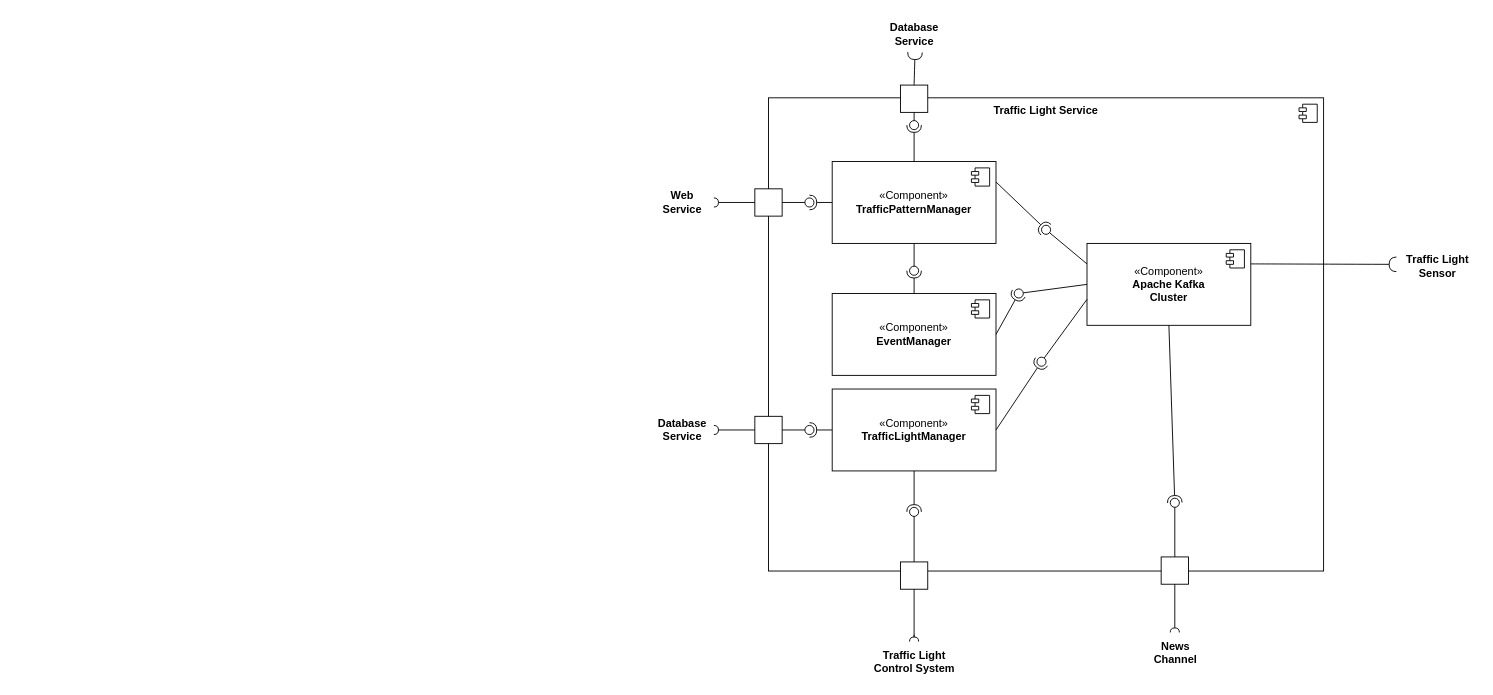
Before: ComponentDiagram2.drawio in Ozard-02/sweng, a draw.io diagram. Source tidied: cells renumbered, new cells numbered last; positions are measured from the earlier drawing's top-left corner, leaving out a move shared by most shapes. Both pictures are drawn from the tidied source at 91%, with x=0, y=0 at pixel (645, 15).
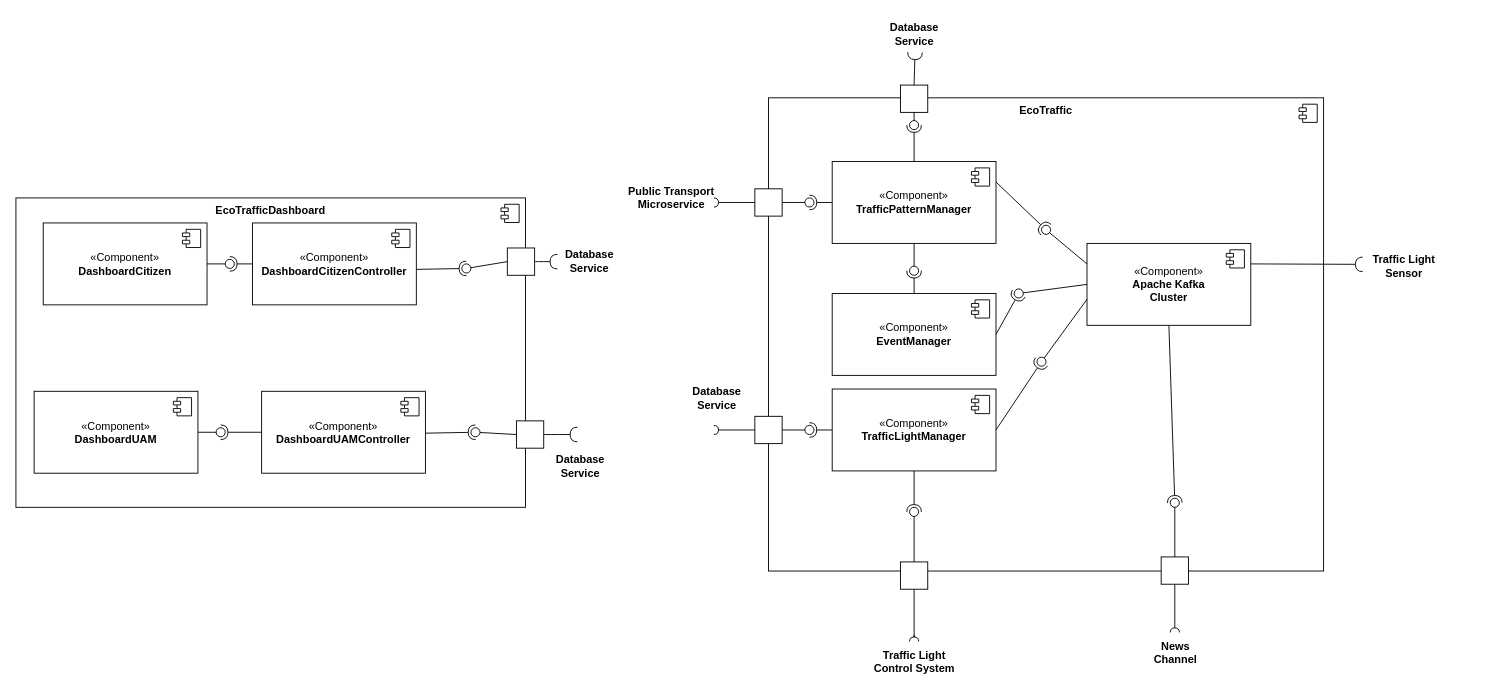
The same diagram, later.

The change refers to these unchanged cells:
```xml
<mxCell id="5" value="«Component»&lt;br&gt;&lt;b&gt;Apache Kafka&lt;/b&gt;&lt;div&gt;&lt;b&gt;Cluster&lt;/b&gt;&lt;/div&gt;" style="html=1;whiteSpace=wrap;" parent="1" vertex="1">
  <mxGeometry x="485" y="250" width="180" height="90" as="geometry" />
</mxCell>
<mxCell id="13" value="«Component»&lt;br&gt;&lt;b&gt;TrafficPatternManager&lt;/b&gt;" style="html=1;whiteSpace=wrap;" parent="1" vertex="1">
  <mxGeometry x="205" y="160" width="180" height="90" as="geometry" />
</mxCell>
```

What changed in the source:
```diff
@@
-    <mxCell id="2" value="&lt;b&gt;Traffic Light Service&lt;/b&gt;" style="html=1;whiteSpace=wrap;align=center;verticalAlign=top;" parent="1" vertex="1">
+    <mxCell id="2" value="&lt;b&gt;EcoTraffic&lt;/b&gt;" style="html=1;whiteSpace=wrap;align=center;verticalAlign=top;" parent="1" vertex="1">
       <mxGeometry x="135" y="90" width="610" height="520" as="geometry" />
     </mxCell>
@@
     <mxCell id="7" value="&lt;b&gt;Traffic Light&lt;/b&gt;&lt;div&gt;&lt;b&gt;Sensor&lt;/b&gt;&lt;/div&gt;" style="text;html=1;align=center;verticalAlign=middle;strokeColor=none;fillColor=none;" parent="1" vertex="1">
-      <mxGeometry x="825" y="255" width="90" height="40" as="geometry" />
+      <mxGeometry x="788" y="255" width="90" height="40" as="geometry" />
     </mxCell>
     <mxCell id="8" style="rounded=0;jettySize=auto;html=1;endArrow=halfCircle;endFill=0;endSize=6;strokeWidth=1;sketch=0;fontSize=12;curved=1;exitX=1;exitY=0.25;exitDx=0;exitDy=0;" parent="1" edge="1" source="5">
       <mxGeometry relative="1" as="geometry">
-        <mxPoint x="825" y="273" as="targetPoint" />
+        <mxPoint x="788" y="273" as="targetPoint" />
       </mxGeometry>
     </mxCell>
@@
-    <mxCell id="10" style="rounded=0;jettySize=auto;html=1;endArrow=halfCircle;endFill=0;endSize=6;strokeWidth=1;sketch=0;exitX=1;exitY=0.25;exitDx=0;exitDy=0;" parent="1" edge="1" source="13" target="12">
-      <mxGeometry relative="1" as="geometry" />
+    <mxCell id="10" style="rounded=0;jettySize=auto;html=1;endArrow=halfCircle;endFill=0;endSize=6;strokeWidth=1;sketch=0;exitX=1;exitY=0.25;exitDx=0;exitDy=0;" parent="1" edge="1" source="13">
+      <mxGeometry relative="1" as="geometry">
+        <mxPoint x="440" y="235" as="targetPoint" />
+      </mxGeometry>
     </mxCell>
-    <mxCell id="11" style="rounded=0;jettySize=auto;html=1;endArrow=oval;endFill=0;sketch=0;sourcePerimeterSpacing=0;targetPerimeterSpacing=0;endSize=10;exitX=0;exitY=0.25;exitDx=0;exitDy=0;entryX=0.5;entryY=1.233;entryDx=0;entryDy=0;entryPerimeter=0;" parent="1" edge="1" source="5" target="12">
-      <mxGeometry relative="1" as="geometry" />
+    <mxCell id="11" style="rounded=0;jettySize=auto;html=1;endArrow=oval;endFill=0;sketch=0;sourcePerimeterSpacing=0;targetPerimeterSpacing=0;endSize=10;exitX=0;exitY=0.25;exitDx=0;exitDy=0;entryX=0.5;entryY=1.233;entryDx=0;entryDy=0;entryPerimeter=0;" parent="1" edge="1" source="5">
+      <mxGeometry relative="1" as="geometry">
+        <mxPoint x="440" y="235" as="targetPoint" />
+      </mxGeometry>
     </mxCell>
-    <mxCell id="12" style="ellipse;whiteSpace=wrap;html=1;align=center;fillColor=none;strokeColor=none;perimeter=centerPerimeter;points=[];outlineConnect=1;" parent="1" vertex="1">
-      <mxGeometry x="435" y="230" width="10" height="10" as="geometry" />
-    </mxCell>
@@
     <mxCell id="47" value="&lt;b&gt;Database&lt;/b&gt;&lt;div&gt;&lt;b&gt;Service&lt;/b&gt;&lt;/div&gt;" style="text;html=1;align=center;verticalAlign=middle;strokeColor=none;fillColor=none;" parent="1" vertex="1">
-      <mxGeometry y="435" width="80" height="40" as="geometry" />
+      <mxGeometry x="37.5" y="400" width="80" height="40" as="geometry" />
     </mxCell>
@@
-    <mxCell id="54" value="&lt;b&gt;Web&lt;/b&gt;&lt;div&gt;&lt;b&gt;Service&lt;/b&gt;&lt;/div&gt;" style="text;html=1;align=center;verticalAlign=middle;strokeColor=none;fillColor=none;" parent="1" vertex="1">
-      <mxGeometry x="5" y="185" width="70" height="40" as="geometry" />
+    <mxCell id="54" value="&lt;b&gt;Public Transport&lt;/b&gt;&lt;div&gt;&lt;b&gt;Microservice&lt;/b&gt;&lt;/div&gt;" style="text;html=1;align=center;verticalAlign=middle;strokeColor=none;fillColor=none;" parent="1" vertex="1">
+      <mxGeometry x="-32" y="180" width="120" height="40" as="geometry" />
     </mxCell>
@@
+    <mxCell id="65" value="&lt;b&gt;EcoTrafficDashboard&lt;/b&gt;" style="html=1;whiteSpace=wrap;align=center;verticalAlign=top;" parent="1" vertex="1">
+      <mxGeometry x="-692" y="200" width="560" height="340" as="geometry" />
+    </mxCell>
+    <mxCell id="66" style="shape=module;jettyWidth=8;jettyHeight=4;" parent="65" vertex="1">
+      <mxGeometry x="1" width="20" height="20" relative="1" as="geometry">
+        <mxPoint x="-27" y="7" as="offset" />
+      </mxGeometry>
+    </mxCell>
+    <mxCell id="67" value="«Component»&lt;br&gt;&lt;b&gt;DashboardCitizen&lt;/b&gt;" style="html=1;whiteSpace=wrap;" parent="1" vertex="1">
+      <mxGeometry x="-662" y="227.5" width="180" height="90" as="geometry" />
+    </mxCell>
+    <mxCell id="68" style="shape=module;jettyWidth=8;jettyHeight=4;" parent="67" vertex="1">
+      <mxGeometry x="1" width="20" height="20" relative="1" as="geometry">
+        <mxPoint x="-27" y="7" as="offset" />
+      </mxGeometry>
+    </mxCell>
+    <mxCell id="69" value="«Component»&lt;br&gt;&lt;b&gt;DashboardCitizenController&lt;/b&gt;" style="html=1;whiteSpace=wrap;" parent="1" vertex="1">
+      <mxGeometry x="-432" y="227.5" width="180" height="90" as="geometry" />
+    </mxCell>
+    <mxCell id="70" style="shape=module;jettyWidth=8;jettyHeight=4;" parent="69" vertex="1">
+      <mxGeometry x="1" width="20" height="20" relative="1" as="geometry">
+        <mxPoint x="-27" y="7" as="offset" />
+      </mxGeometry>
+    </mxCell>
+    <mxCell id="71" value="«Component»&lt;br&gt;&lt;b&gt;DashboardUAM&lt;/b&gt;" style="html=1;whiteSpace=wrap;" parent="1" vertex="1">
+      <mxGeometry x="-672" y="412.5" width="180" height="90" as="geometry" />
+    </mxCell>
+    <mxCell id="72" style="shape=module;jettyWidth=8;jettyHeight=4;" parent="71" vertex="1">
+      <mxGeometry x="1" width="20" height="20" relative="1" as="geometry">
+        <mxPoint x="-27" y="7" as="offset" />
+      </mxGeometry>
+    </mxCell>
+    <mxCell id="73" value="«Component»&lt;br&gt;&lt;b&gt;DashboardUAMController&lt;/b&gt;" style="html=1;whiteSpace=wrap;" parent="1" vertex="1">
+      <mxGeometry x="-422" y="412.5" width="180" height="90" as="geometry" />
+    </mxCell>
+    <mxCell id="74" style="shape=module;jettyWidth=8;jettyHeight=4;" parent="73" vertex="1">
+      <mxGeometry x="1" width="20" height="20" relative="1" as="geometry">
+        <mxPoint x="-27" y="7" as="offset" />
+      </mxGeometry>
+    </mxCell>
+    <mxCell id="75" style="rounded=0;jettySize=auto;html=1;endArrow=halfCircle;endFill=0;endSize=6;strokeWidth=1;sketch=0;exitX=0;exitY=0.5;exitDx=0;exitDy=0;" parent="1" edge="1" source="73" target="77">
+      <mxGeometry relative="1" as="geometry" />
+    </mxCell>
+    <mxCell id="76" style="rounded=0;jettySize=auto;html=1;endArrow=oval;endFill=0;sketch=0;sourcePerimeterSpacing=0;targetPerimeterSpacing=0;endSize=10;exitX=1;exitY=0.5;exitDx=0;exitDy=0;" parent="1" edge="1" source="71" target="77">
+      <mxGeometry relative="1" as="geometry" />
+    </mxCell>
+    <mxCell id="77" style="ellipse;whiteSpace=wrap;html=1;align=center;fillColor=none;strokeColor=none;perimeter=centerPerimeter;points=[];outlineConnect=1;" parent="1" vertex="1">
+      <mxGeometry x="-472" y="452.5" width="10" height="10" as="geometry" />
+    </mxCell>
+    <mxCell id="78" style="rounded=0;jettySize=auto;html=1;endArrow=halfCircle;endFill=0;endSize=6;strokeWidth=1;sketch=0;exitX=0;exitY=0.5;exitDx=0;exitDy=0;" parent="1" edge="1" source="69" target="80">
+      <mxGeometry relative="1" as="geometry" />
+    </mxCell>
+    <mxCell id="79" style="rounded=0;jettySize=auto;html=1;endArrow=oval;endFill=0;sketch=0;sourcePerimeterSpacing=0;targetPerimeterSpacing=0;endSize=10;exitX=1;exitY=0.5;exitDx=0;exitDy=0;" parent="1" edge="1" source="67" target="80">
+      <mxGeometry relative="1" as="geometry" />
+    </mxCell>
+    <mxCell id="80" style="ellipse;whiteSpace=wrap;html=1;align=center;fillColor=none;strokeColor=none;perimeter=centerPerimeter;points=[];outlineConnect=1;" parent="1" vertex="1">
+      <mxGeometry x="-462" y="267.5" width="10" height="10" as="geometry" />
+    </mxCell>
+    <mxCell id="81" style="rounded=0;jettySize=auto;html=1;endArrow=halfCircle;endFill=0;endSize=6;strokeWidth=1;sketch=0;fontSize=12;curved=1;exitX=1;exitY=0.5;exitDx=0;exitDy=0;" parent="1" edge="1" source="84" target="82">
+      <mxGeometry relative="1" as="geometry" />
+    </mxCell>
+    <mxCell id="82" style="ellipse;whiteSpace=wrap;html=1;align=center;fillColor=none;strokeColor=none;perimeter=centerPerimeter;points=[];outlineConnect=1;" parent="1" vertex="1">
+      <mxGeometry x="-80" y="455" width="10" height="10" as="geometry" />
+    </mxCell>
+    <mxCell id="83" style="html=1;rounded=0;" parent="1" vertex="1">
+      <mxGeometry x="-152" y="255" width="30" height="30" as="geometry" />
+    </mxCell>
+    <mxCell id="84" style="html=1;rounded=0;" parent="1" vertex="1">
+      <mxGeometry x="-142" y="445" width="30" height="30" as="geometry" />
+    </mxCell>
+    <mxCell id="85" style="rounded=0;jettySize=auto;html=1;endArrow=halfCircle;endFill=0;endSize=6;strokeWidth=1;sketch=0;fontSize=12;curved=1;" parent="1" edge="1" source="83" target="86">
+      <mxGeometry relative="1" as="geometry" />
+    </mxCell>
+    <mxCell id="86" style="ellipse;whiteSpace=wrap;html=1;align=center;fillColor=none;strokeColor=none;perimeter=centerPerimeter;points=[];outlineConnect=1;" parent="1" vertex="1">
+      <mxGeometry x="-102" y="265" width="10" height="10" as="geometry" />
+    </mxCell>
+    <mxCell id="87" value="&lt;b&gt;Database&lt;/b&gt;&lt;div&gt;&lt;b&gt;Service&lt;/b&gt;&lt;/div&gt;" style="text;html=1;align=center;verticalAlign=middle;strokeColor=none;fillColor=none;" parent="1" vertex="1">
+      <mxGeometry x="-102" y="250" width="80" height="40" as="geometry" />
+    </mxCell>
+    <mxCell id="88" style="rounded=0;jettySize=auto;html=1;endArrow=halfCircle;endFill=0;endSize=6;strokeWidth=1;sketch=0;exitX=1.002;exitY=0.567;exitDx=0;exitDy=0;exitPerimeter=0;" parent="1" edge="1" source="69" target="90">
+      <mxGeometry relative="1" as="geometry" />
+    </mxCell>
+    <mxCell id="89" style="rounded=0;jettySize=auto;html=1;endArrow=oval;endFill=0;sketch=0;sourcePerimeterSpacing=0;targetPerimeterSpacing=0;endSize=10;exitX=0;exitY=0.5;exitDx=0;exitDy=0;" parent="1" edge="1" source="83" target="90">
+      <mxGeometry relative="1" as="geometry" />
+    </mxCell>
+    <mxCell id="90" style="ellipse;whiteSpace=wrap;html=1;align=center;fillColor=none;strokeColor=none;perimeter=centerPerimeter;points=[];outlineConnect=1;" parent="1" vertex="1">
+      <mxGeometry x="-202" y="272.5" width="10" height="10" as="geometry" />
+    </mxCell>
+    <mxCell id="91" style="rounded=0;jettySize=auto;html=1;endArrow=halfCircle;endFill=0;endSize=6;strokeWidth=1;sketch=0;exitX=1.002;exitY=0.567;exitDx=0;exitDy=0;exitPerimeter=0;" parent="1" edge="1" target="92">
+      <mxGeometry relative="1" as="geometry">
+        <mxPoint x="-242" y="458.5" as="sourcePoint" />
+      </mxGeometry>
+    </mxCell>
+    <mxCell id="92" style="ellipse;whiteSpace=wrap;html=1;align=center;fillColor=none;strokeColor=none;perimeter=centerPerimeter;points=[];outlineConnect=1;" parent="1" vertex="1">
+      <mxGeometry x="-192" y="452.5" width="10" height="10" as="geometry" />
+    </mxCell>
+    <mxCell id="93" style="rounded=0;jettySize=auto;html=1;endArrow=oval;endFill=0;sketch=0;sourcePerimeterSpacing=0;targetPerimeterSpacing=0;endSize=10;exitX=0;exitY=0.5;exitDx=0;exitDy=0;" parent="1" edge="1" source="84" target="94">
+      <mxGeometry relative="1" as="geometry" />
+    </mxCell>
+    <mxCell id="94" style="ellipse;whiteSpace=wrap;html=1;align=center;fillColor=none;strokeColor=none;perimeter=centerPerimeter;points=[];outlineConnect=1;" parent="1" vertex="1">
+      <mxGeometry x="-192" y="452.5" width="10" height="10" as="geometry" />
+    </mxCell>
+    <mxCell id="95" value="&lt;b&gt;Database&lt;/b&gt;&lt;div&gt;&lt;b&gt;Service&lt;/b&gt;&lt;/div&gt;" style="text;html=1;align=center;verticalAlign=middle;strokeColor=none;fillColor=none;" parent="1" vertex="1">
+      <mxGeometry x="-112" y="475" width="80" height="40" as="geometry" />
+    </mxCell>
```
